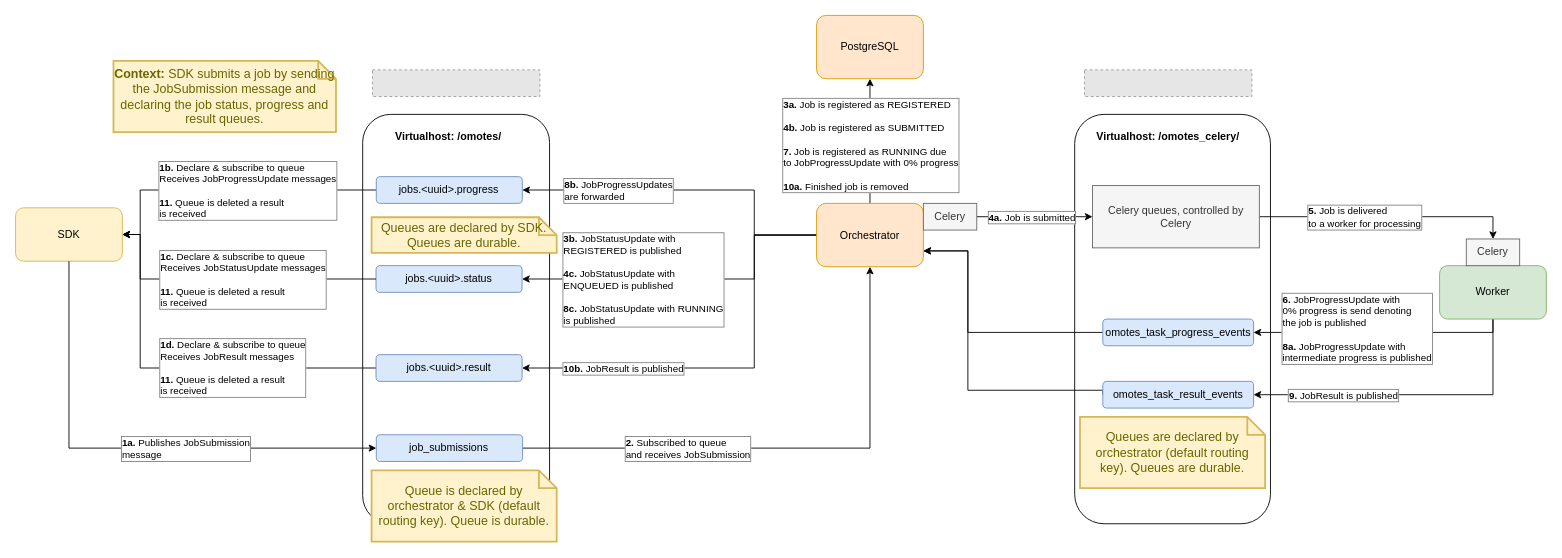
Nieuwe-Warmte-Nu/architecture-documentation keeps this draw.io diagram as Feature_Job_Submission/job_submission_happy_path.drawio. Above is the earlier version. Source tidied: cells renumbered, new cells numbered last; positions are measured from the earlier drawing's top-left corner, leaving out a move shared by most shapes. Both pictures are drawn from the tidied source at 89%, with x=0, y=0 at pixel (15, 15). Pictures stored in the file or linked from it are replaced by grey dashed boxes.
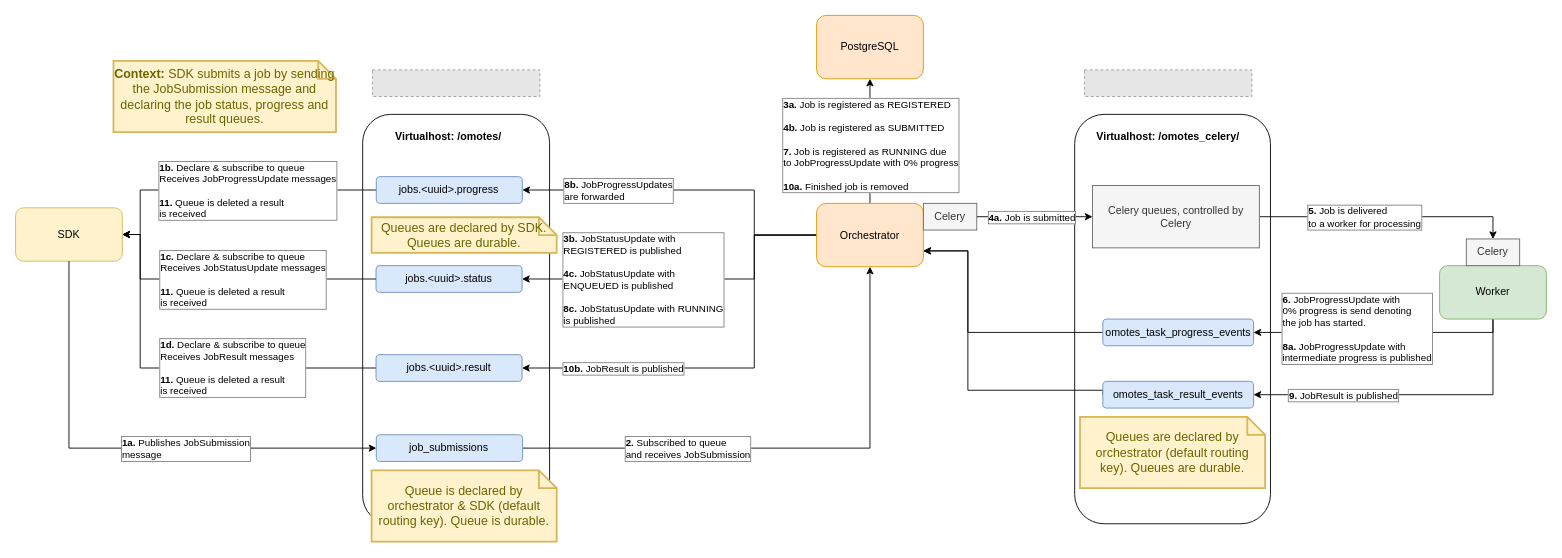
After the change.

Unchanged cells that the change refers to:
```xml
<mxCell id="42" style="edgeStyle=orthogonalEdgeStyle;rounded=0;jettySize=auto;html=1;exitX=0.5;exitY=1;exitDx=0;exitDy=0;entryX=1;entryY=0.5;entryDx=0;entryDy=0;" parent="1" edge="1" source="46" target="50">
  <mxGeometry relative="1" as="geometry">
    <Array as="points">
      <mxPoint x="1660" y="356" />
    </Array>
  </mxGeometry>
</mxCell>
```

The edit, as a diff of the source:
```diff
@@
-    <mxCell id="43" value="&lt;b&gt;6. &lt;/b&gt;JobProgressUpdate with&lt;br&gt;0% progress is send denoting&lt;br&gt;the job is published&lt;br&gt;&lt;br&gt;&lt;b&gt;8a.&lt;/b&gt; JobProgressUpdate with&lt;br&gt;intermediate progress is published" style="edgeLabel;html=1;align=left;verticalAlign=middle;labelBorderColor=#828282;" parent="42" vertex="1">
+    <mxCell id="43" value="&lt;b&gt;6. &lt;/b&gt;JobProgressUpdate with&lt;br&gt;0% progress is send denoting&lt;br&gt;the job has started.&lt;br&gt;&lt;br&gt;&lt;b&gt;8a.&lt;/b&gt; JobProgressUpdate with&lt;br&gt;intermediate progress is published" style="edgeLabel;html=1;align=left;verticalAlign=middle;labelBorderColor=#828282;" parent="42" vertex="1">
       <mxGeometry x="0.16" relative="1" as="geometry">
         <mxPoint x="-89" y="-5" as="offset" />
       </mxGeometry>
     </mxCell>
```
